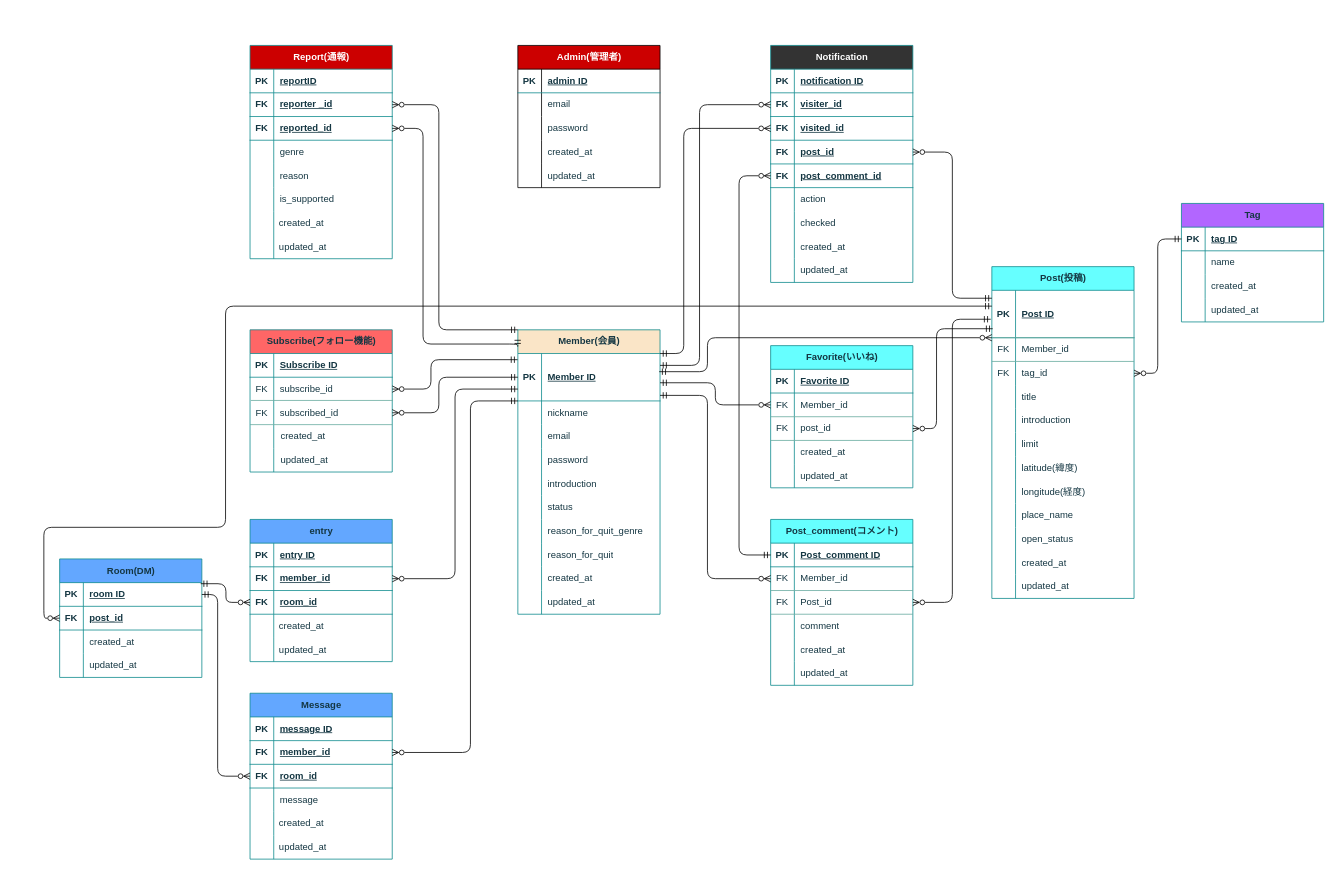
Earlier version of the draw.io diagram Tabekiro-uo_ER_map.drawio (yuna096740/ER_practice). Source tidied: cells renumbered, new cells numbered last; positions are measured from the earlier drawing's top-left corner, leaving out a move shared by most shapes. Both pictures are drawn from the tidied source at 79%, with x=0, y=0 at pixel (43, 45).
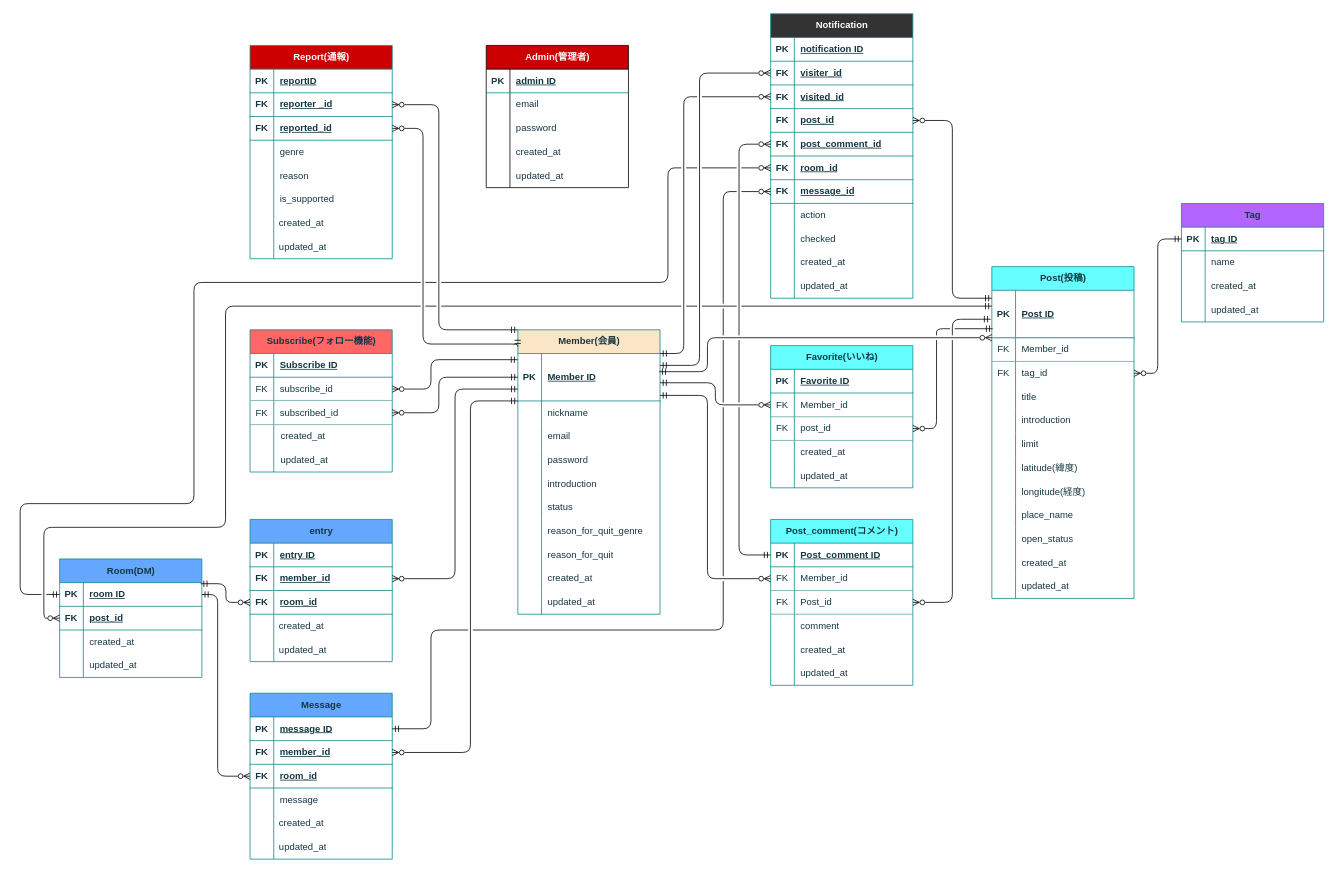
The same page after the edit.

Commit message:
Tabekiro-uo_ER_map.drawio を更新します

The change refers to these unchanged cells:
```xml
<mxCell id="6" style="shape=tableRow;horizontal=0;startSize=0;swimlaneHead=0;swimlaneBody=0;fillColor=none;points=[[0,0.5],[1,0.5]];portConstraint=eastwest;top=0;left=0;right=0;bottom=1;labelBackgroundColor=none;strokeColor=#0F8B8D;fontColor=#143642;rounded=0;" parent="2" vertex="1">
  <mxGeometry y="60" width="180" height="30" as="geometry" />
</mxCell>
<mxCell id="9" style="shape=tableRow;horizontal=0;startSize=0;swimlaneHead=0;swimlaneBody=0;fillColor=none;points=[[0,0.5],[1,0.5]];portConstraint=eastwest;top=0;left=0;right=0;bottom=1;labelBackgroundColor=none;strokeColor=#0F8B8D;fontColor=#143642;rounded=0;" parent="2" vertex="1">
  <mxGeometry y="90" width="180" height="30" as="geometry" />
</mxCell>
<mxCell id="73" style="shape=tableRow;horizontal=0;startSize=0;swimlaneHead=0;swimlaneBody=0;fillColor=none;points=[[0,0.5],[1,0.5]];portConstraint=eastwest;top=0;left=0;right=0;bottom=1;labelBackgroundColor=none;strokeColor=#0F8B8D;fontColor=#143642;rounded=0;" parent="72" vertex="1">
  <mxGeometry y="30" width="180" height="30" as="geometry" />
</mxCell>
<mxCell id="76" style="shape=tableRow;horizontal=0;startSize=0;swimlaneHead=0;swimlaneBody=0;fillColor=none;points=[[0,0.5],[1,0.5]];portConstraint=eastwest;top=0;left=0;right=0;bottom=0;labelBackgroundColor=none;strokeColor=#0F8B8D;fontColor=#143642;rounded=0;" parent="72" vertex="1">
  <mxGeometry y="60" width="180" height="30" as="geometry" />
</mxCell>
<mxCell id="79" style="shape=tableRow;horizontal=0;startSize=0;swimlaneHead=0;swimlaneBody=0;fillColor=none;points=[[0,0.5],[1,0.5]];portConstraint=eastwest;top=0;left=0;right=0;bottom=0;labelBackgroundColor=none;strokeColor=#0F8B8D;fontColor=#143642;rounded=0;" parent="72" vertex="1">
  <mxGeometry y="90" width="180" height="30" as="geometry" />
</mxCell>
<mxCell id="92" style="shape=tableRow;horizontal=0;startSize=0;swimlaneHead=0;swimlaneBody=0;fillColor=none;points=[[0,0.5],[1,0.5]];portConstraint=eastwest;top=0;left=0;right=0;bottom=1;labelBackgroundColor=none;strokeColor=#0F8B8D;fontColor=#143642;rounded=0;" parent="91" vertex="1">
  <mxGeometry y="30" width="180" height="30" as="geometry" />
</mxCell>
<mxCell id="95" style="shape=tableRow;horizontal=0;startSize=0;swimlaneHead=0;swimlaneBody=0;fillColor=none;points=[[0,0.5],[1,0.5]];portConstraint=eastwest;top=0;left=0;right=0;bottom=1;labelBackgroundColor=none;strokeColor=#0F8B8D;fontColor=#143642;rounded=0;" parent="91" vertex="1">
  <mxGeometry y="60" width="180" height="30" as="geometry" />
</mxCell>
<mxCell id="105" style="shape=tableRow;horizontal=0;startSize=0;swimlaneHead=0;swimlaneBody=0;fillColor=none;points=[[0,0.5],[1,0.5]];portConstraint=eastwest;top=0;left=0;right=0;bottom=1;labelBackgroundColor=none;strokeColor=#0F8B8D;fontColor=#143642;rounded=0;" parent="104" vertex="1">
  <mxGeometry y="30" width="180" height="30" as="geometry" />
</mxCell>
<mxCell id="108" style="shape=tableRow;horizontal=0;startSize=0;swimlaneHead=0;swimlaneBody=0;fillColor=none;points=[[0,0.5],[1,0.5]];portConstraint=eastwest;top=0;left=0;right=0;bottom=1;labelBackgroundColor=none;strokeColor=#0F8B8D;fontColor=#143642;rounded=0;" parent="104" vertex="1">
  <mxGeometry y="60" width="180" height="30" as="geometry" />
</mxCell>
<mxCell id="124" style="shape=tableRow;horizontal=0;startSize=0;swimlaneHead=0;swimlaneBody=0;fillColor=none;points=[[0,0.5],[1,0.5]];portConstraint=eastwest;top=0;left=0;right=0;bottom=1;labelBackgroundColor=none;strokeColor=#0F8B8D;fontColor=#143642;rounded=0;" parent="123" vertex="1">
  <mxGeometry y="30" width="180" height="60" as="geometry" />
</mxCell>
<mxCell id="164" style="shape=tableRow;horizontal=0;startSize=0;swimlaneHead=0;swimlaneBody=0;fillColor=none;points=[[0,0.5],[1,0.5]];portConstraint=eastwest;top=0;left=0;right=0;bottom=0;labelBackgroundColor=none;strokeColor=#0F8B8D;fontColor=#143642;rounded=0;" parent="160" vertex="1">
  <mxGeometry y="60" width="180" height="30" as="geometry" />
</mxCell>
<mxCell id="167" style="shape=tableRow;horizontal=0;startSize=0;swimlaneHead=0;swimlaneBody=0;fillColor=none;points=[[0,0.5],[1,0.5]];portConstraint=eastwest;top=0;left=0;right=0;bottom=0;labelBackgroundColor=none;strokeColor=#0F8B8D;fontColor=#143642;rounded=0;" parent="160" vertex="1">
  <mxGeometry y="90" width="180" height="30" as="geometry" />
</mxCell>
<mxCell id="176" value="Member(会員)" style="shape=table;startSize=30;childLayout=tableLayout;rowLines=0;fontStyle=1;align=center;html=1;fillColor=#FAE5C7;strokeColor=#0F8B8D;labelBackgroundColor=none;fontColor=#143642;rounded=0;" parent="1" vertex="1">
  <mxGeometry x="600" y="360" width="180" height="360" as="geometry" />
</mxCell>
<mxCell id="179" value="Member ID" style="shape=partialRectangle;fillColor=none;top=0;left=0;bottom=0;right=0;align=left;spacingLeft=6;fontStyle=5;overflow=hidden;whiteSpace=wrap;html=1;labelBackgroundColor=none;strokeColor=#0F8B8D;fontColor=#143642;rounded=0;" parent="177" vertex="1">
  <mxGeometry x="30" width="150" height="60" as="geometry" />
</mxCell>
<mxCell id="181" style="shape=partialRectangle;fillColor=none;top=0;left=0;bottom=0;right=0;overflow=hidden;whiteSpace=wrap;html=1;labelBackgroundColor=none;strokeColor=#0F8B8D;fontColor=#143642;rounded=0;" parent="180" vertex="1">
  <mxGeometry width="30" height="30" as="geometry" />
</mxCell>
<mxCell id="263" style="shape=tableRow;horizontal=0;startSize=0;swimlaneHead=0;swimlaneBody=0;fillColor=none;points=[[0,0.5],[1,0.5]];portConstraint=eastwest;top=0;left=0;right=0;bottom=1;labelBackgroundColor=none;strokeColor=#0F8B8D;fontColor=#143642;rounded=0;" parent="259" vertex="1">
  <mxGeometry y="60" width="180" height="30" as="geometry" />
</mxCell>
<mxCell id="266" style="shape=tableRow;horizontal=0;startSize=0;swimlaneHead=0;swimlaneBody=0;fillColor=none;points=[[0,0.5],[1,0.5]];portConstraint=eastwest;top=0;left=0;right=0;bottom=1;labelBackgroundColor=none;strokeColor=#0F8B8D;fontColor=#143642;rounded=0;" parent="259" vertex="1">
  <mxGeometry y="90" width="180" height="30" as="geometry" />
</mxCell>
<mxCell id="272" style="shape=tableRow;horizontal=0;startSize=0;swimlaneHead=0;swimlaneBody=0;fillColor=none;points=[[0,0.5],[1,0.5]];portConstraint=eastwest;top=0;left=0;right=0;bottom=1;labelBackgroundColor=none;strokeColor=#0F8B8D;fontColor=#143642;rounded=0;" parent="259" vertex="1">
  <mxGeometry y="150" width="180" height="30" as="geometry" />
</mxCell>
```

What changed in the source:
```diff
@@
     <mxCell id="207" value="Admin(管理者)" style="shape=table;startSize=30;childLayout=tableLayout;rowLines=0;fontStyle=1;align=center;html=1;labelBackgroundColor=none;fillColor=#CC0000;strokeColor=default;fontColor=#ffffff;rounded=0;" parent="1" vertex="1">
-      <mxGeometry x="600" width="180" height="180" as="geometry" />
+      <mxGeometry x="560" width="180" height="180" as="geometry" />
     </mxCell>
@@
-    <mxCell id="237" style="edgeStyle=orthogonalEdgeStyle;jettySize=auto;html=1;entryX=0;entryY=0.5;entryDx=0;entryDy=0;startArrow=ERmandOne;startFill=0;endArrow=ERzeroToMany;endFill=0;" parent="1" edge="1" source="179" target="164">
+    <mxCell id="237" style="edgeStyle=orthogonalEdgeStyle;jettySize=auto;html=1;entryX=0;entryY=0.5;entryDx=0;entryDy=0;startArrow=ERmandOne;startFill=0;endArrow=ERzeroToMany;endFill=0;jumpStyle=gap;" parent="1" edge="1" source="179" target="164">
       <mxGeometry relative="1" as="geometry">
         <Array as="points">
           <mxPoint x="850" y="427" />
           <mxPoint x="850" y="455" />
         </Array>
       </mxGeometry>
     </mxCell>
@@
-    <mxCell id="240" style="edgeStyle=orthogonalEdgeStyle;jettySize=auto;html=1;entryX=0;entryY=0.5;entryDx=0;entryDy=0;exitX=1;exitY=0.883;exitDx=0;exitDy=0;startArrow=ERmandOne;startFill=0;endArrow=ERzeroToMany;endFill=0;exitPerimeter=0;" parent="1" edge="1" source="179" target="76">
+    <mxCell id="240" style="edgeStyle=orthogonalEdgeStyle;jettySize=auto;html=1;entryX=0;entryY=0.5;entryDx=0;entryDy=0;exitX=1;exitY=0.883;exitDx=0;exitDy=0;startArrow=ERmandOne;startFill=0;endArrow=ERzeroToMany;endFill=0;exitPerimeter=0;jumpStyle=gap;" parent="1" edge="1" source="179" target="76">
       <mxGeometry relative="1" as="geometry">
         <Array as="points">
           <mxPoint x="840" y="443" />
           <mxPoint x="840" y="675" />
         </Array>
       </mxGeometry>
     </mxCell>
@@
-    <mxCell id="244" style="edgeStyle=orthogonalEdgeStyle;jettySize=auto;html=1;startArrow=ERmandOne;startFill=0;endArrow=ERzeroToMany;endFill=0;exitX=0.993;exitY=0.383;exitDx=0;exitDy=0;exitPerimeter=0;" parent="1" edge="1" source="179">
+    <mxCell id="244" style="edgeStyle=orthogonalEdgeStyle;jettySize=auto;html=1;startArrow=ERmandOne;startFill=0;endArrow=ERzeroToMany;endFill=0;exitX=0.993;exitY=0.383;exitDx=0;exitDy=0;exitPerimeter=0;jumpStyle=gap;" parent="1" edge="1" source="179">
       <mxGeometry relative="1" as="geometry">
         <mxPoint x="1200" y="370" as="targetPoint" />
         <Array as="points">
           <mxPoint x="840" y="413" />
           <mxPoint x="840" y="370" />
           <mxPoint x="1200" y="370" />
         </Array>
       </mxGeometry>
     </mxCell>
@@
-    <mxCell id="248" style="edgeStyle=orthogonalEdgeStyle;jettySize=auto;html=1;entryX=1;entryY=0.5;entryDx=0;entryDy=0;startArrow=ERmandOne;startFill=0;endArrow=ERzeroToMany;endFill=0;exitX=-0.008;exitY=0.61;exitDx=0;exitDy=0;exitPerimeter=0;" parent="1" edge="1" source="124" target="79">
+    <mxCell id="248" style="edgeStyle=orthogonalEdgeStyle;jettySize=auto;html=1;entryX=1;entryY=0.5;entryDx=0;entryDy=0;startArrow=ERmandOne;startFill=0;endArrow=ERzeroToMany;endFill=0;exitX=-0.008;exitY=0.61;exitDx=0;exitDy=0;exitPerimeter=0;jumpStyle=gap;" parent="1" edge="1" source="124" target="79">
       <mxGeometry relative="1" as="geometry">
         <Array as="points">
           <mxPoint x="1150" y="347" />
           <mxPoint x="1150" y="705" />
         </Array>
       </mxGeometry>
     </mxCell>
@@
-    <mxCell id="256" style="edgeStyle=orthogonalEdgeStyle;jettySize=auto;html=1;entryX=1;entryY=0.5;entryDx=0;entryDy=0;startArrow=ERmandOne;startFill=0;endArrow=ERzeroToMany;endFill=0;exitX=0.006;exitY=0.81;exitDx=0;exitDy=0;exitPerimeter=0;" parent="1" edge="1" source="124" target="167">
+    <mxCell id="256" style="edgeStyle=orthogonalEdgeStyle;jettySize=auto;html=1;entryX=1;entryY=0.5;entryDx=0;entryDy=0;startArrow=ERmandOne;startFill=0;endArrow=ERzeroToMany;endFill=0;exitX=0.006;exitY=0.81;exitDx=0;exitDy=0;exitPerimeter=0;jumpStyle=gap;" parent="1" edge="1" source="124" target="167">
       <mxGeometry relative="1" as="geometry">
         <Array as="points">
           <mxPoint x="1130" y="359" />
           <mxPoint x="1130" y="485" />
         </Array>
       </mxGeometry>
     </mxCell>
-    <mxCell id="257" style="edgeStyle=orthogonalEdgeStyle;jettySize=auto;html=1;entryX=1;entryY=0.5;entryDx=0;entryDy=0;exitX=0;exitY=0;exitDx=0;exitDy=0;startArrow=ERmandOne;startFill=0;endArrow=ERzeroToMany;endFill=0;" parent="1" edge="1" source="176" target="6">
+    <mxCell id="257" style="edgeStyle=orthogonalEdgeStyle;jettySize=auto;html=1;entryX=1;entryY=0.5;entryDx=0;entryDy=0;exitX=0;exitY=0;exitDx=0;exitDy=0;startArrow=ERmandOne;startFill=0;endArrow=ERzeroToMany;endFill=0;jumpStyle=gap;" parent="1" edge="1" source="176" target="6">
       <mxGeometry relative="1" as="geometry">
         <Array as="points">
           <mxPoint x="500" y="360" />
           <mxPoint x="500" y="75" />
         </Array>
       </mxGeometry>
     </mxCell>
-    <mxCell id="258" style="edgeStyle=orthogonalEdgeStyle;jettySize=auto;html=1;entryX=1;entryY=0.5;entryDx=0;entryDy=0;exitX=-0.001;exitY=0.059;exitDx=0;exitDy=0;exitPerimeter=0;startArrow=ERmandOne;startFill=0;endArrow=ERzeroToMany;endFill=0;" parent="1" edge="1" source="176" target="9">
+    <mxCell id="258" style="edgeStyle=orthogonalEdgeStyle;jettySize=auto;html=1;entryX=1;entryY=0.5;entryDx=0;entryDy=0;exitX=-0.001;exitY=0.059;exitDx=0;exitDy=0;exitPerimeter=0;startArrow=ERmandOne;startFill=0;endArrow=ERzeroToMany;endFill=0;jumpStyle=gap;" parent="1" edge="1" source="176" target="9">
       <mxGeometry relative="1" as="geometry">
         <Array as="points">
           <mxPoint x="480" y="378" />
           <mxPoint x="480" y="105" />
         </Array>
       </mxGeometry>
     </mxCell>
     <mxCell id="259" value="&lt;font color=&quot;#ffffff&quot;&gt;Notification&lt;/font&gt;" style="shape=table;startSize=30;childLayout=tableLayout;rowLines=0;fontStyle=1;align=center;html=1;labelBackgroundColor=none;fillColor=#333333;strokeColor=#0F8B8D;fontColor=#143642;rounded=0;" parent="1" vertex="1">
-      <mxGeometry x="920" width="180" height="300" as="geometry" />
+      <mxGeometry x="920" y="-40" width="180" height="360" as="geometry" />
     </mxCell>
@@
+    <mxCell id="305" style="shape=tableRow;horizontal=0;startSize=0;swimlaneHead=0;swimlaneBody=0;fillColor=none;points=[[0,0.5],[1,0.5]];portConstraint=eastwest;top=0;left=0;right=0;bottom=1;labelBackgroundColor=none;strokeColor=#0F8B8D;fontColor=#143642;rounded=0;" parent="259" vertex="1">
+      <mxGeometry y="180" width="180" height="30" as="geometry" />
+    </mxCell>
+    <mxCell id="306" value="FK" style="shape=partialRectangle;fillColor=none;top=0;left=0;bottom=0;right=0;fontStyle=1;overflow=hidden;whiteSpace=wrap;html=1;labelBackgroundColor=none;strokeColor=#0F8B8D;fontColor=#143642;rounded=0;" parent="305" vertex="1">
+      <mxGeometry width="30" height="30" as="geometry" />
+    </mxCell>
+    <mxCell id="307" value="room_id" style="shape=partialRectangle;fillColor=none;top=0;left=0;bottom=0;right=0;align=left;spacingLeft=6;fontStyle=5;overflow=hidden;whiteSpace=wrap;html=1;labelBackgroundColor=none;strokeColor=#0F8B8D;fontColor=#143642;rounded=0;" parent="305" vertex="1">
+      <mxGeometry x="30" width="150" height="30" as="geometry" />
+    </mxCell>
+    <mxCell id="308" style="shape=tableRow;horizontal=0;startSize=0;swimlaneHead=0;swimlaneBody=0;fillColor=none;points=[[0,0.5],[1,0.5]];portConstraint=eastwest;top=0;left=0;right=0;bottom=1;labelBackgroundColor=none;strokeColor=#0F8B8D;fontColor=#143642;rounded=0;" parent="259" vertex="1">
+      <mxGeometry y="210" width="180" height="30" as="geometry" />
+    </mxCell>
+    <mxCell id="309" value="FK" style="shape=partialRectangle;fillColor=none;top=0;left=0;bottom=0;right=0;fontStyle=1;overflow=hidden;whiteSpace=wrap;html=1;labelBackgroundColor=none;strokeColor=#0F8B8D;fontColor=#143642;rounded=0;" parent="308" vertex="1">
+      <mxGeometry width="30" height="30" as="geometry" />
+    </mxCell>
+    <mxCell id="310" value="message_id" style="shape=partialRectangle;fillColor=none;top=0;left=0;bottom=0;right=0;align=left;spacingLeft=6;fontStyle=5;overflow=hidden;whiteSpace=wrap;html=1;labelBackgroundColor=none;strokeColor=#0F8B8D;fontColor=#143642;rounded=0;" parent="308" vertex="1">
+      <mxGeometry x="30" width="150" height="30" as="geometry" />
+    </mxCell>
     <mxCell id="275" style="shape=tableRow;horizontal=0;startSize=0;swimlaneHead=0;swimlaneBody=0;fillColor=none;top=0;left=0;right=0;bottom=0;labelBackgroundColor=none;strokeColor=#0F8B8D;fontColor=#143642;rounded=0;" parent="259" vertex="1">
-      <mxGeometry y="180" width="180" height="30" as="geometry" />
+      <mxGeometry y="240" width="180" height="30" as="geometry" />
     </mxCell>
@@
     <mxCell id="278" style="shape=tableRow;horizontal=0;startSize=0;swimlaneHead=0;swimlaneBody=0;fillColor=none;top=0;left=0;right=0;bottom=0;labelBackgroundColor=none;strokeColor=#0F8B8D;fontColor=#143642;rounded=0;" parent="259" vertex="1">
-      <mxGeometry y="210" width="180" height="30" as="geometry" />
+      <mxGeometry y="270" width="180" height="30" as="geometry" />
     </mxCell>
@@
     <mxCell id="281" style="shape=tableRow;horizontal=0;startSize=0;swimlaneHead=0;swimlaneBody=0;fillColor=none;top=0;left=0;right=0;bottom=0;labelBackgroundColor=none;strokeColor=#0F8B8D;fontColor=#143642;rounded=0;" parent="259" vertex="1">
-      <mxGeometry y="240" width="180" height="30" as="geometry" />
+      <mxGeometry y="300" width="180" height="30" as="geometry" />
     </mxCell>
@@
     <mxCell id="284" style="shape=tableRow;horizontal=0;startSize=0;swimlaneHead=0;swimlaneBody=0;fillColor=none;top=0;left=0;right=0;bottom=0;labelBackgroundColor=none;strokeColor=#0F8B8D;fontColor=#143642;rounded=0;" parent="259" vertex="1">
-      <mxGeometry y="270" width="180" height="30" as="geometry" />
+      <mxGeometry y="330" width="180" height="30" as="geometry" />
     </mxCell>
@@
-    <mxCell id="293" style="edgeStyle=orthogonalEdgeStyle;jettySize=auto;html=1;entryX=1;entryY=0.5;entryDx=0;entryDy=0;startArrow=ERmandOne;startFill=0;endArrow=ERzeroToMany;endFill=0;exitX=0;exitY=0;exitDx=0;exitDy=0;" parent="1" edge="1" source="181" target="108">
+    <mxCell id="293" style="edgeStyle=orthogonalEdgeStyle;jettySize=auto;html=1;entryX=1;entryY=0.5;entryDx=0;entryDy=0;startArrow=ERmandOne;startFill=0;endArrow=ERzeroToMany;endFill=0;exitX=0;exitY=0;exitDx=0;exitDy=0;jumpStyle=gap;" parent="1" edge="1" source="181" target="108">
       <mxGeometry relative="1" as="geometry">
         <Array as="points">
           <mxPoint x="540" y="450" />
           <mxPoint x="540" y="895" />
         </Array>
       </mxGeometry>
     </mxCell>
@@
     <mxCell id="298" value="created_at" style="shape=partialRectangle;fillColor=none;top=0;left=0;bottom=0;right=0;align=left;spacingLeft=6;overflow=hidden;whiteSpace=wrap;html=1;labelBackgroundColor=none;strokeColor=#0F8B8D;fontColor=#143642;rounded=0;" parent="1" vertex="1">
-      <mxGeometry x="950" y="240" width="150" height="30" as="geometry" />
+      <mxGeometry x="950" y="260" width="150" height="30" as="geometry" />
     </mxCell>
     <mxCell id="299" value="updated_at" style="shape=partialRectangle;fillColor=none;top=0;left=0;bottom=0;right=0;align=left;spacingLeft=6;overflow=hidden;whiteSpace=wrap;html=1;labelBackgroundColor=none;strokeColor=#0F8B8D;fontColor=#143642;rounded=0;" parent="1" vertex="1">
-      <mxGeometry x="950" y="270" width="150" height="30" as="geometry" />
+      <mxGeometry x="950" y="290" width="150" height="30" as="geometry" />
     </mxCell>
@@
-    <mxCell id="301" style="edgeStyle=orthogonalEdgeStyle;jettySize=auto;html=1;entryX=0;entryY=0.5;entryDx=0;entryDy=0;startArrow=ERmandOne;startFill=0;endArrow=ERzeroToMany;endFill=0;" parent="1" edge="1" source="73" target="272">
+    <mxCell id="301" style="edgeStyle=orthogonalEdgeStyle;jettySize=auto;html=1;entryX=0;entryY=0.5;entryDx=0;entryDy=0;startArrow=ERmandOne;startFill=0;endArrow=ERzeroToMany;endFill=0;jumpStyle=gap;" parent="1" edge="1" source="73" target="272">
       <mxGeometry relative="1" as="geometry">
         <Array as="points">
           <mxPoint x="880" y="645" />
-          <mxPoint x="880" y="165" />
+          <mxPoint x="880" y="125" />
         </Array>
       </mxGeometry>
     </mxCell>
-    <mxCell id="302" style="edgeStyle=orthogonalEdgeStyle;jettySize=auto;html=1;entryX=0;entryY=0.5;entryDx=0;entryDy=0;startArrow=ERmandOne;startFill=0;endArrow=ERzeroToMany;endFill=0;" parent="1" edge="1" source="179" target="263">
+    <mxCell id="302" style="edgeStyle=orthogonalEdgeStyle;jettySize=auto;html=1;entryX=0;entryY=0.5;entryDx=0;entryDy=0;startArrow=ERmandOne;startFill=0;endArrow=ERzeroToMany;endFill=0;jumpStyle=gap;" parent="1" edge="1" source="179" target="263">
       <mxGeometry relative="1" as="geometry">
         <Array as="points">
           <mxPoint x="830" y="405" />
-          <mxPoint x="830" y="75" />
+          <mxPoint x="830" y="35" />
         </Array>
       </mxGeometry>
     </mxCell>
-    <mxCell id="303" style="edgeStyle=orthogonalEdgeStyle;jettySize=auto;html=1;entryX=0;entryY=0.5;entryDx=0;entryDy=0;exitX=1;exitY=0;exitDx=0;exitDy=0;startArrow=ERmandOne;startFill=0;endArrow=ERzeroToMany;endFill=0;" parent="1" edge="1" source="179" target="266">
+    <mxCell id="303" style="edgeStyle=orthogonalEdgeStyle;jettySize=auto;html=1;entryX=0;entryY=0.5;entryDx=0;entryDy=0;exitX=1;exitY=0;exitDx=0;exitDy=0;startArrow=ERmandOne;startFill=0;endArrow=ERzeroToMany;endFill=0;jumpStyle=gap;" parent="1" edge="1" source="179" target="266">
       <mxGeometry relative="1" as="geometry">
         <Array as="points">
           <mxPoint x="810" y="390" />
-          <mxPoint x="810" y="105" />
+          <mxPoint x="810" y="65" />
         </Array>
       </mxGeometry>
     </mxCell>
-    <mxCell id="304" style="edgeStyle=orthogonalEdgeStyle;rounded=1;jettySize=auto;html=1;entryX=0;entryY=0.5;entryDx=0;entryDy=0;startArrow=ERmandOne;startFill=0;endArrow=ERzeroToMany;endFill=0;" parent="1" edge="1" source="124" target="95">
+    <mxCell id="304" style="edgeStyle=orthogonalEdgeStyle;rounded=1;jettySize=auto;html=1;entryX=0;entryY=0.5;entryDx=0;entryDy=0;startArrow=ERmandOne;startFill=0;endArrow=ERzeroToMany;endFill=0;jumpStyle=gap;" parent="1" edge="1" source="124" target="95">
       <mxGeometry relative="1" as="geometry">
         <Array as="points">
           <mxPoint x="230" y="330" />
           <mxPoint x="230" y="610" />
           <mxPoint y="610" />
           <mxPoint y="725" />
         </Array>
       </mxGeometry>
     </mxCell>
+    <mxCell id="311" style="edgeStyle=orthogonalEdgeStyle;rounded=1;jettySize=auto;html=1;entryX=0;entryY=0.5;entryDx=0;entryDy=0;exitX=1;exitY=0.5;exitDx=0;exitDy=0;startArrow=ERmandOne;startFill=0;endArrow=ERzeroToMany;endFill=0;jumpStyle=gap;" parent="1" edge="1" source="105" target="308">
+      <mxGeometry relative="1" as="geometry">
+        <Array as="points">
+          <mxPoint x="490" y="865" />
+          <mxPoint x="490" y="740" />
+          <mxPoint x="860" y="740" />
+          <mxPoint x="860" y="185" />
+        </Array>
+      </mxGeometry>
+    </mxCell>
+    <mxCell id="312" style="edgeStyle=orthogonalEdgeStyle;rounded=1;jettySize=auto;html=1;entryX=0;entryY=0.5;entryDx=0;entryDy=0;exitX=0;exitY=0.5;exitDx=0;exitDy=0;startArrow=ERmandOne;startFill=0;endArrow=ERzeroToMany;endFill=0;jumpStyle=gap;" parent="1" edge="1" source="92" target="305">
+      <mxGeometry relative="1" as="geometry">
+        <Array as="points">
+          <mxPoint x="-30" y="695" />
+          <mxPoint x="-30" y="580" />
+          <mxPoint x="190" y="580" />
+          <mxPoint x="190" y="300" />
+          <mxPoint x="790" y="300" />
+          <mxPoint x="790" y="155" />
+        </Array>
+      </mxGeometry>
+    </mxCell>
```
